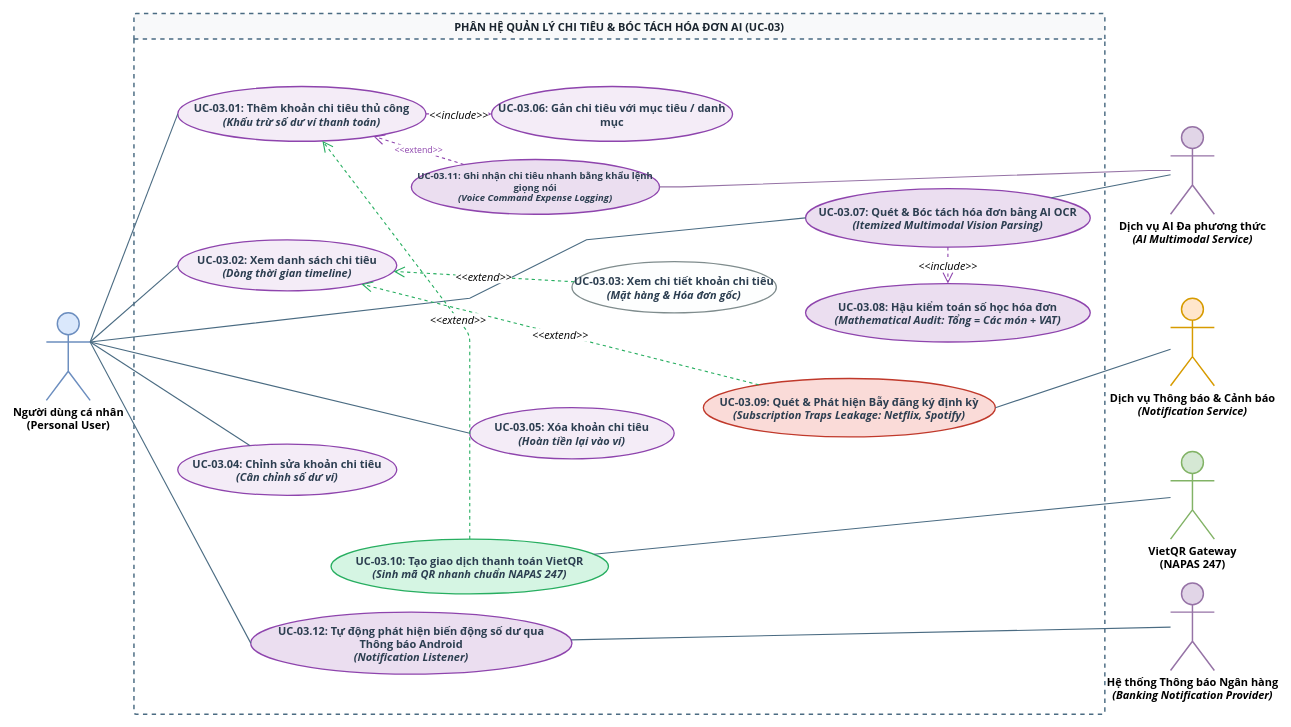
Above: page "UCD 03 - Chi Tiêu & OCR" (4 of 10) of files/UCD-DuoNoPro.drawio in Datgh37/analyze-system-subject (draw.io), before the change. Source tidied: cells renumbered, new cells numbered last; positions are measured from the earlier drawing's top-left corner, leaving out a move shared by most shapes. Both pictures are drawn from the tidied source at 73%, with x=0, y=0 at pixel (46, 13).
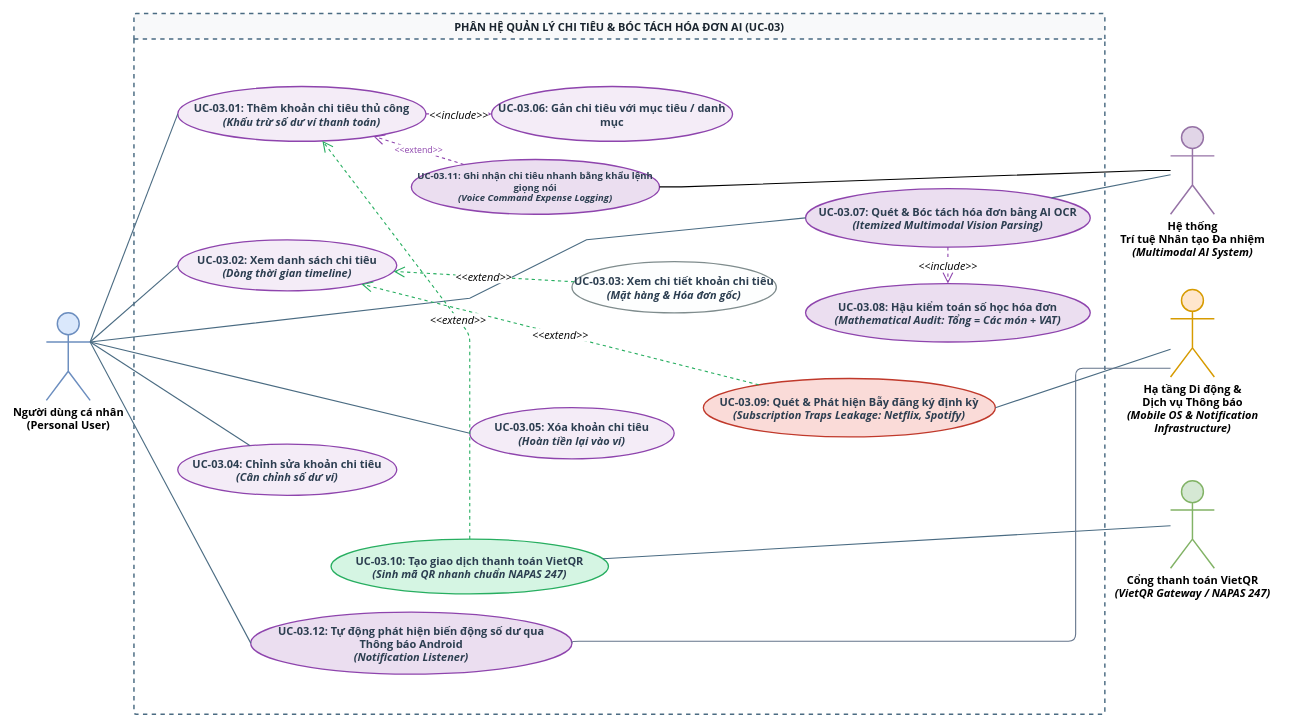
After the change.

Unchanged cells that the change refers to:
```xml
<mxCell id="9" value="&lt;b&gt;UC-03.07:&lt;/b&gt; Quét &amp;amp; Bóc tách hóa đơn bằng AI OCR&lt;br&gt;&lt;i&gt;(Itemized Multimodal Vision Parsing)&lt;/i&gt;" style="ellipse;whiteSpace=wrap;html=1;fillColor=#ebdef0;strokeColor=#8e44ad;strokeWidth=1.8;fontFamily=Segoe UI, Arial, sans-serif;fontSize=15;fontStyle=1;fontColor=#2c3e50;" parent="6" vertex="1">
  <mxGeometry x="920" y="240" width="390" height="80" as="geometry" />
</mxCell>
<mxCell id="15" value="&lt;b&gt;UC-03.09:&lt;/b&gt; Quét &amp;amp; Phát hiện Bẫy đăng ký định kỳ&lt;br&gt;&lt;i&gt;(Subscription Traps Leakage: Netflix, Spotify)&lt;/i&gt;" style="ellipse;whiteSpace=wrap;html=1;fillColor=#fadbd8;strokeColor=#c0392b;strokeWidth=1.8;fontFamily=Segoe UI, Arial, sans-serif;fontSize=15;fontStyle=1;fontColor=#2c3e50;" parent="6" vertex="1">
  <mxGeometry x="780" y="500" width="400" height="80" as="geometry" />
</mxCell>
<mxCell id="17" value="&lt;b&gt;UC-03.11:&lt;/b&gt; Ghi nhận chi tiêu nhanh bằng khẩu lệnh giọng nói&lt;br&gt;&lt;i&gt;(Voice Command Expense Logging)&lt;/i&gt;" style="ellipse;whiteSpace=wrap;html=1;fillColor=#ebdef0;strokeColor=#8e44ad;strokeWidth=1.8;fontFamily=Segoe UI, Arial, sans-serif;fontSize=13;fontStyle=1;fontColor=#2c3e50;" parent="6" vertex="1">
  <mxGeometry x="380" y="200" width="340" height="75" as="geometry" />
</mxCell>
<mxCell id="18" value="&lt;b&gt;UC-03.12:&lt;/b&gt; Tự động phát hiện biến động số dư qua &lt;br&gt;Thông báo Android&lt;br&gt;&lt;i&gt;(Notification Listener)&lt;/i&gt;" style="ellipse;whiteSpace=wrap;html=1;fillColor=#ebdef0;strokeColor=#8e44ad;strokeWidth=1.8;fontFamily=Segoe UI, Arial, sans-serif;fontSize=15;fontStyle=1;fontColor=#2c3e50;" parent="6" vertex="1">
  <mxGeometry x="160" y="820" width="440" height="85" as="geometry" />
</mxCell>
```

The edit, as a diff of the source:
```diff
@@
-    <mxCell id="3" value="&lt;b&gt;Dịch vụ AI Đa phương thức&lt;/b&gt;&lt;br&gt;&lt;i&gt;(AI Multimodal Service)&lt;/i&gt;" style="shape=umlActor;verticalLabelPosition=bottom;verticalAlign=top;html=1;outlineConnect=0;fillColor=#e1d5e7;strokeColor=#9673a6;strokeWidth=2;fontFamily=Segoe UI, Arial, sans-serif;fontSize=15;fontStyle=1;" parent="1" vertex="1">
-      <mxGeometry x="1540" y="155" width="60" height="120" as="geometry" />
-    </mxCell>
-    <mxCell id="4" value="&lt;b&gt;Dịch vụ Thông báo &amp;amp; Cảnh báo&lt;/b&gt;&lt;br&gt;&lt;i&gt;(Notification Service)&lt;/i&gt;" style="shape=umlActor;verticalLabelPosition=bottom;verticalAlign=top;html=1;outlineConnect=0;fillColor=#ffe6cc;strokeColor=#d79b00;strokeWidth=2;fontFamily=Segoe UI, Arial, sans-serif;fontSize=15;fontStyle=1;" parent="1" vertex="1">
-      <mxGeometry x="1540" y="390" width="60" height="120" as="geometry" />
-    </mxCell>
-    <mxCell id="5" value="&lt;b&gt;VietQR Gateway&lt;/b&gt;&lt;br&gt;(NAPAS 247)" style="shape=umlActor;verticalLabelPosition=bottom;verticalAlign=top;html=1;outlineConnect=0;fillColor=#d5e8d4;strokeColor=#82b366;strokeWidth=2;fontFamily=Segoe UI, Arial, sans-serif;fontSize=15;fontStyle=1;" parent="1" vertex="1">
-      <mxGeometry x="1540" y="600" width="60" height="120" as="geometry" />
+    <mxCell id="5" value="&lt;b&gt;Cổng thanh toán VietQR&lt;/b&gt;&lt;br&gt;&lt;i&gt;(VietQR Gateway / NAPAS 247)&lt;/i&gt;" style="shape=umlActor;verticalLabelPosition=bottom;verticalAlign=top;html=1;outlineConnect=0;fillColor=#d5e8d4;strokeColor=#82b366;strokeWidth=2;fontFamily=Segoe UI, Arial, sans-serif;fontSize=15;fontStyle=1;" parent="1" vertex="1">
+      <mxGeometry x="1540" y="640" width="60" height="120" as="geometry" />
     </mxCell>
@@
-    <mxCell id="29" style="endArrow=none;html=1;strokeWidth=1.5;rounded=0;strokeColor=#4a6b82;fontSize=15;" parent="1" edge="1" source="3" target="9">
-      <mxGeometry relative="1" as="geometry" />
+    <mxCell id="29" style="endArrow=none;html=1;strokeWidth=1.5;rounded=0;strokeColor=#4a6b82;fontSize=15;" parent="1" edge="1" target="9">
+      <mxGeometry relative="1" as="geometry">
+        <mxPoint x="1540" y="220.8" as="sourcePoint" />
+      </mxGeometry>
     </mxCell>
-    <mxCell id="30" style="endArrow=none;html=1;strokeWidth=1.5;rounded=0;strokeColor=#4a6b82;entryX=1;entryY=0.5;entryDx=0;entryDy=0;fontSize=15;" parent="1" edge="1" source="4" target="15">
-      <mxGeometry relative="1" as="geometry" />
+    <mxCell id="30" style="endArrow=none;html=1;strokeWidth=1.5;rounded=0;strokeColor=#4a6b82;entryX=1;entryY=0.5;entryDx=0;entryDy=0;fontSize=15;" parent="1" edge="1" target="15">
+      <mxGeometry relative="1" as="geometry">
+        <mxPoint x="1540" y="460" as="sourcePoint" />
+      </mxGeometry>
     </mxCell>
@@
-    <mxCell id="33" style="endArrow=none;html=1;strokeColor=#9673a6;strokeWidth=1.5;edgeStyle=entityRelationEdgeStyle;rounded=0;" parent="1" edge="1" source="17" target="3">
-      <mxGeometry relative="1" as="geometry" />
+    <mxCell id="33" style="endArrow=none;html=1;strokeColor=#000000;strokeWidth=1.5;edgeStyle=entityRelationEdgeStyle;rounded=0;" parent="1" edge="1" source="17">
+      <mxGeometry relative="1" as="geometry">
+        <mxPoint x="1540" y="215" as="targetPoint" />
+      </mxGeometry>
     </mxCell>
-    <mxCell id="34" value="&lt;b&gt;Hệ thống Thông báo Ngân hàng&lt;/b&gt;&lt;br&gt;&lt;i&gt;(Banking Notification Provider)&lt;/i&gt;" style="shape=umlActor;verticalLabelPosition=bottom;verticalAlign=top;html=1;outlineConnect=0;fillColor=#e1d5e7;strokeColor=#9673a6;strokeWidth=2;fontFamily=Segoe UI, Arial, sans-serif;fontSize=15;fontStyle=1;" parent="1" vertex="1">
-      <mxGeometry x="1540" y="780" width="60" height="120" as="geometry" />
-    </mxCell>
@@
-    <mxCell id="36" style="endArrow=none;html=1;strokeWidth=1.5;rounded=0;strokeColor=#4a6b82;fontSize=15;" parent="1" edge="1" source="34" target="18">
-      <mxGeometry relative="1" as="geometry" />
+    <mxCell id="36" style="edgeStyle=orthogonalEdgeStyle;rounded=1;jettySize=auto;html=1;strokeColor=#64748b;strokeWidth=1.5;endArrow=none;endFill=0;exitX=0.0;exitY=0.8;exitDx=0;exitDy=0;entryX=1.0;entryY=0.5;entryDx=0;entryDy=0;" parent="1" edge="1" target="18">
+      <mxGeometry relative="1" as="geometry">
+        <mxPoint x="1540" y="486" as="sourcePoint" />
+        <Array as="points">
+          <mxPoint x="1410" y="486" />
+          <mxPoint x="1410" y="860" />
+          <mxPoint x="720" y="860" />
+        </Array>
+      </mxGeometry>
     </mxCell>
+    <mxCell id="37" value="&lt;b&gt;Hệ thống &lt;br&gt;Trí tuệ Nhân tạo Đa nhiệm&lt;/b&gt;&lt;br&gt;&lt;i&gt;(Multimodal AI System)&lt;/i&gt;" style="shape=umlActor;verticalLabelPosition=bottom;verticalAlign=top;html=1;fillColor=#e1d5e7;strokeColor=#9673a6;strokeWidth=2;fontFamily=Segoe UI, Arial, sans-serif;fontSize=15;fontStyle=1;" parent="1" vertex="1">
+      <mxGeometry x="1540" y="155" width="60" height="120" as="geometry" />
+    </mxCell>
+    <mxCell id="38" value="&lt;b&gt;Hạ tầng Di động &amp;amp; &lt;br&gt;Dịch vụ Thông báo&lt;/b&gt;&lt;br&gt;&lt;i&gt;(Mobile OS &amp;amp; Notification &lt;br&gt;Infrastructure)&lt;/i&gt;" style="shape=umlActor;verticalLabelPosition=bottom;verticalAlign=top;html=1;fillColor=#ffe6cc;strokeColor=#d79b00;strokeWidth=2;fontFamily=Segoe UI, Arial, sans-serif;fontSize=15;fontStyle=1;" parent="1" vertex="1">
+      <mxGeometry x="1540" y="378" width="60" height="120" as="geometry" />
+    </mxCell>
```
